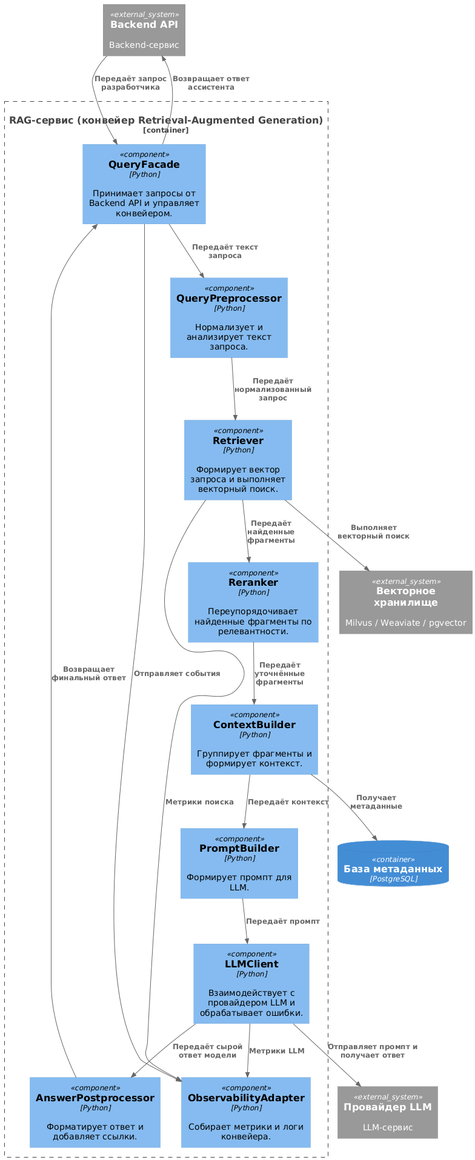
The PlantUML diagram LabWork2/components-rag-service.png in GaagAlex1/labs_design_of_software_systems_architecture_gaag, before a commit.
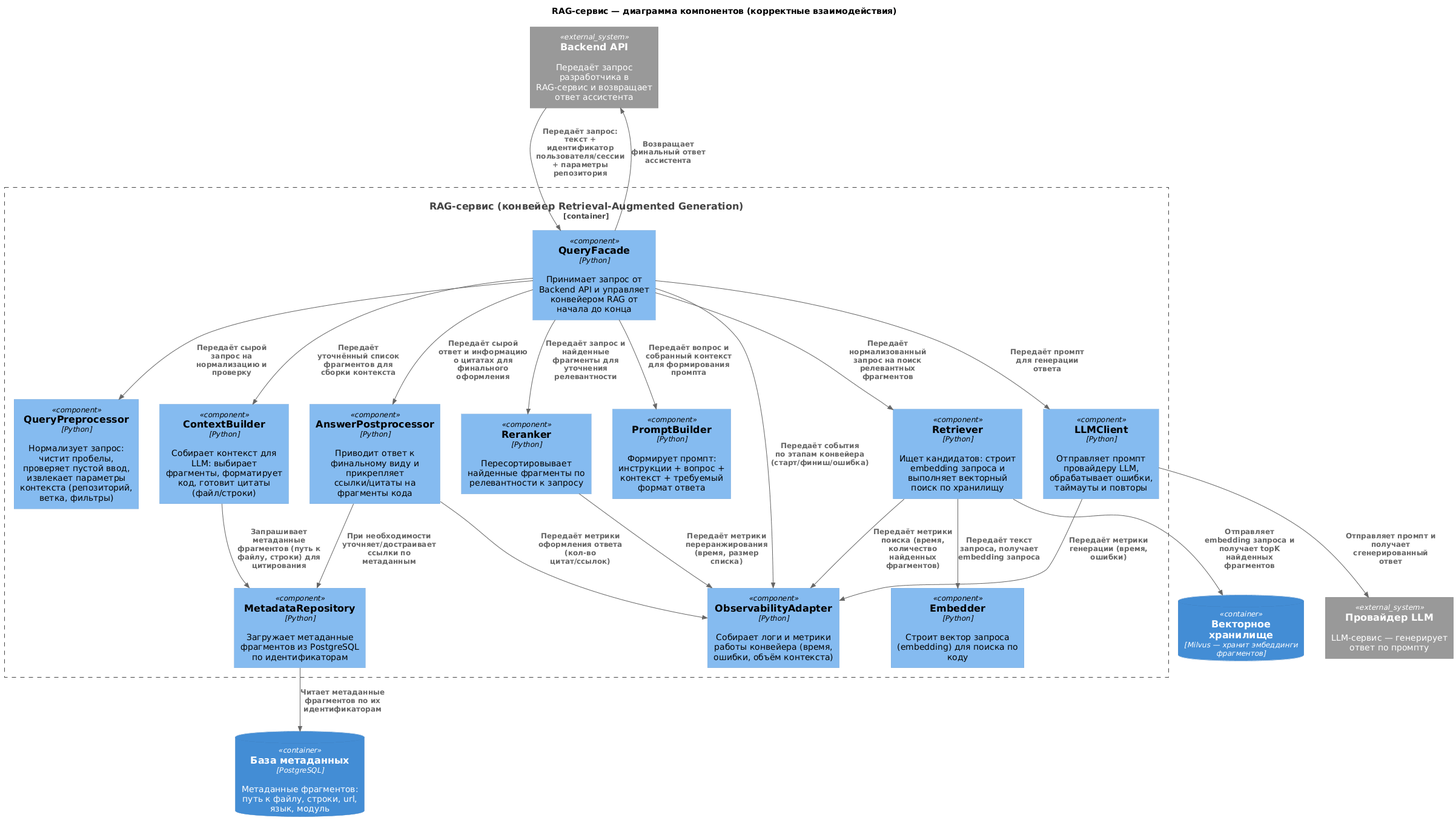
After the change.

Commit message:
Update components-rag-service diagram

Diff of the diagram source:
```diff
@@ -1,40 +1,46 @@
 @startuml
 !include https://raw.githubusercontent.com/plantuml-stdlib/C4-PlantUML/master/C4_Component.puml
+LAYOUT_TOP_DOWN()
+title RAG-сервис — диаграмма компонентов (корректные взаимодействия)
 
-System_Ext(backend, "Backend API", "Backend-сервис")
-System_Ext(vectorStore, "Векторное хранилище", "Milvus / Weaviate / pgvector")
-ContainerDb(metadataDb, "База метаданных", "PostgreSQL")
-System_Ext(llmProvider, "Провайдер LLM", "LLM-сервис")
+System_Ext(BackendAPI, "Backend API", "Передаёт запрос разработчика в RAG-сервис и возвращает ответ ассистента")
+ContainerDb(VectorDB, "Векторное хранилище", "Milvus — хранит эмбеддинги фрагментов")
+System_Ext(LLMProvider, "Провайдер LLM", "LLM-сервис — генерирует ответ по промпту")
+ContainerDb(MetadataDB, "База метаданных", "PostgreSQL", "Метаданные фрагментов: путь к файлу, строки, url, язык, модуль")
 
-Container_Boundary(rag, "RAG-сервис (конвейер Retrieval-Augmented Generation)") {
-
-  Component(queryFacade, "QueryFacade", "Python", "Принимает запросы от Backend API и управляет конвейером.")
-  Component(queryPreprocessor, "QueryPreprocessor", "Python", "Нормализует и анализирует текст запроса.")
-  Component(retriever, "Retriever", "Python", "Формирует вектор запроса и выполняет векторный поиск.")
-  Component(reranker, "Reranker", "Python", "Переупорядочивает найденные фрагменты по релевантности.")
-  Component(contextBuilder, "ContextBuilder", "Python", "Группирует фрагменты и формирует контекст.")
-  Component(promptBuilder, "PromptBuilder", "Python", "Формирует промпт для LLM.")
-  Component(llmClient, "LLMClient", "Python", "Взаимодействует с провайдером LLM и обрабатывает ошибки.")
-  Component(answerPostprocessor, "AnswerPostprocessor", "Python", "Форматирует ответ и добавляет ссылки.")
-  Component(observability, "ObservabilityAdapter", "Python", "Собирает метрики и логи конвейера.")
+Container_Boundary(RAG, "RAG-сервис (конвейер Retrieval-Augmented Generation)") {
+Component(QueryFacade, "QueryFacade", "Python", "Принимает запрос от Backend API и управляет конвейером RAG от начала до конца")
+Component(QueryPreprocessor, "QueryPreprocessor", "Python", "Нормализует запрос: чистит пробелы, проверяет пустой ввод, извлекает параметры контекста (репозиторий, ветка, фильтры)")
+Component(Embedder, "Embedder", "Python", "Строит вектор запроса (embedding) для поиска по коду")
+Component(Retriever, "Retriever", "Python", "Ищет кандидатов: строит embedding запроса и выполняет векторный поиск по хранилищу")
+Component(Reranker, "Reranker", "Python", "Пересортировывает найденные фрагменты по релевантности к запросу")
+Component(MetadataRepository, "MetadataRepository", "Python", "Загружает метаданные фрагментов из PostgreSQL по идентификаторам")
+Component(ContextBuilder, "ContextBuilder", "Python", "Собирает контекст для LLM: выбирает фрагменты, форматирует код, готовит цитаты (файл/строки)")
+Component(PromptBuilder, "PromptBuilder", "Python", "Формирует промпт: инструкции + вопрос + контекст + требуемый формат ответа")
+Component(LLMClient, "LLMClient", "Python", "Отправляет промпт провайдеру LLM, обрабатывает ошибки, таймауты и повторы")
+Component(AnswerPostprocessor, "AnswerPostprocessor", "Python", "Приводит ответ к финальному виду и прикрепляет ссылки/цитаты на фрагменты кода")
+Component(ObservabilityAdapter, "ObservabilityAdapter", "Python", "Собирает логи и метрики работы конвейера (время, ошибки, объём контекста)")
 }
 
-Rel(backend, queryFacade, "Передаёт запрос разработчика")
-Rel(queryFacade, queryPreprocessor, "Передаёт текст запроса")
-Rel(queryPreprocessor, retriever, "Передаёт нормализованный запрос")
-Rel(retriever, reranker, "Передаёт найденные фрагменты")
-Rel(reranker, contextBuilder, "Передаёт уточнённые фрагменты")
-Rel(contextBuilder, promptBuilder, "Передаёт контекст")
-Rel(promptBuilder, llmClient, "Передаёт промпт")
-Rel(llmClient, answerPostprocessor, "Передаёт сырой ответ модели")
-Rel(answerPostprocessor, queryFacade, "Возвращает финальный ответ")
-Rel(queryFacade, backend, "Возвращает ответ ассистента")
+Rel(BackendAPI, QueryFacade, "Передаёт запрос: текст + идентификатор пользователя/сессии + параметры репозитория")
+Rel(QueryFacade, QueryPreprocessor, "Передаёт сырой запрос на нормализацию и проверку")
+Rel(QueryFacade, Retriever, "Передаёт нормализованный запрос на поиск релевантных фрагментов")
+Rel(Retriever, Embedder, "Передаёт текст запроса, получает embedding запроса")
+Rel(Retriever, VectorDB, "Отправляет embedding запроса и получает topK найденных фрагментов")
+Rel(QueryFacade, Reranker, "Передаёт запрос и найденные фрагменты для уточнения релевантности")
+Rel(QueryFacade, ContextBuilder, "Передаёт уточнённый список фрагментов для сборки контекста")
+Rel(ContextBuilder, MetadataRepository, "Запрашивает метаданные фрагментов (путь к файлу, строки) для цитирования")
+Rel(MetadataRepository, MetadataDB, "Читает метаданные фрагментов по их идентификаторам")
+Rel(QueryFacade, PromptBuilder, "Передаёт вопрос и собранный контекст для формирования промпта")
+Rel(QueryFacade, LLMClient, "Передаёт промпт для генерации ответа")
+Rel(LLMClient, LLMProvider, "Отправляет промпт и получает сгенерированный ответ")
+Rel(QueryFacade, AnswerPostprocessor, "Передаёт сырой ответ и информацию о цитатах для финального оформления")
+Rel(AnswerPostprocessor, MetadataRepository, "При необходимости уточняет/достраивает ссылки по метаданным")
+Rel(QueryFacade, BackendAPI, "Возвращает финальный ответ ассистента")
 
-Rel(retriever, vectorStore, "Выполняет векторный поиск")
-Rel(contextBuilder, metadataDb, "Получает метаданные")
-Rel(llmClient, llmProvider, "Отправляет промпт и получает ответ")
-
-Rel(queryFacade, observability, "Отправляет события")
-Rel(retriever, observability, "Метрики поиска")
-Rel(llmClient, observability, "Метрики LLM")
+Rel(QueryFacade, ObservabilityAdapter, "Передаёт события по этапам конвейера (старт/финиш/ошибка)")
+Rel(Retriever, ObservabilityAdapter, "Передаёт метрики поиска (время, количество найденных фрагментов)")
+Rel(Reranker, ObservabilityAdapter, "Передаёт метрики переранжирования (время, размер списка)")
+Rel(LLMClient, ObservabilityAdapter, "Передаёт метрики генерации (время, ошибки)")
+Rel(AnswerPostprocessor, ObservabilityAdapter, "Передаёт метрики оформления ответа (кол-во цитат/ссылок)")
 @enduml
```
